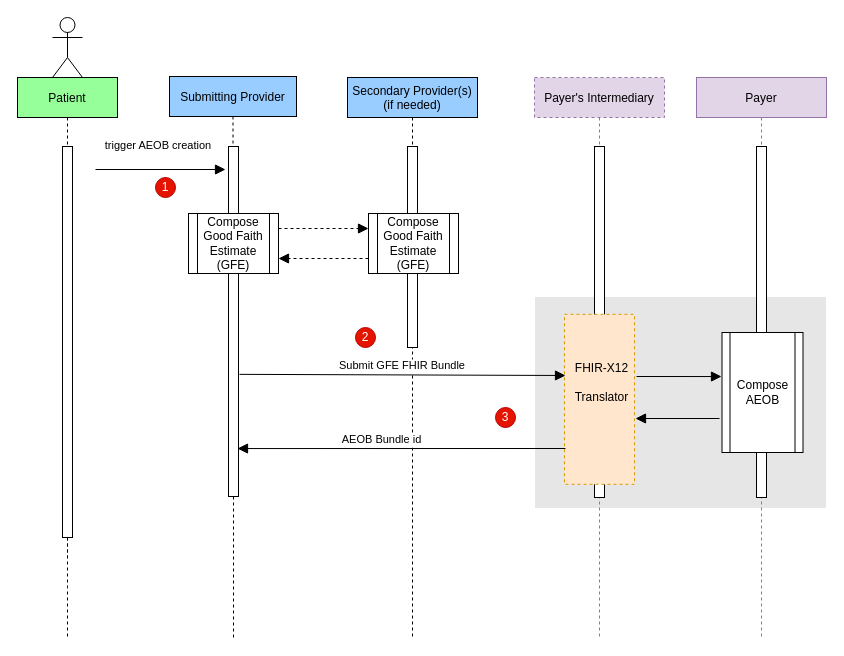
Earlier version of the draw.io diagram input/images/SubmitAEOB.drawio (HL7/davinci-pct). Source tidied: cells renumbered, new cells numbered last; positions are measured from the earlier drawing's top-left corner, leaving out a move shared by most shapes. Both pictures are drawn from the tidied source at 100%, with x=0, y=0 at pixel (17, 17).
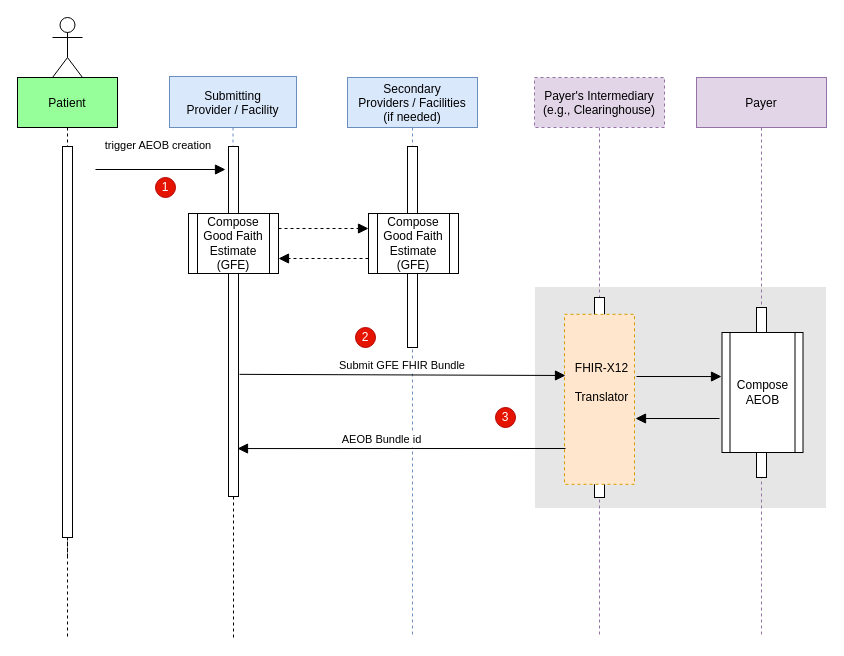
After the change.

The edit, as a diff of the source:
```diff
@@
-    <mxCell id="2" value="Patient" style="shape=umlLifeline;perimeter=lifelinePerimeter;rounded=0;shadow=0;strokeWidth=1;fillColor=#96FF9A;" parent="1" vertex="1">
+    <mxCell id="2" value="Patient" style="shape=umlLifeline;perimeter=lifelinePerimeter;rounded=0;shadow=0;strokeWidth=1;fillColor=#96FF9A;size=50;" parent="1" vertex="1">
       <mxGeometry y="60" width="100" height="480" as="geometry" />
     </mxCell>
@@
-    <mxCell id="4" value="Submitting Provider" style="shape=umlLifeline;perimeter=lifelinePerimeter;rounded=0;shadow=0;strokeWidth=1;fillColor=#99CCFF;" parent="1" vertex="1">
+    <mxCell id="4" value="Submitting&#10;Provider / Facility" style="shape=umlLifeline;perimeter=lifelinePerimeter;rounded=0;shadow=0;strokeWidth=1;fillColor=#dae8fc;size=51;strokeColor=#6c8ebf;" parent="1" vertex="1">
       <mxGeometry x="152" y="59" width="127" height="420" as="geometry" />
     </mxCell>
@@
-    <mxCell id="6" value="Secondary Provider(s) &#10;(if needed)" style="shape=umlLifeline;perimeter=lifelinePerimeter;rounded=0;shadow=0;strokeWidth=1;fillColor=#99CCFF;" parent="1" vertex="1">
+    <mxCell id="6" value="Secondary&#10;Providers / Facilities&#10;(if needed)" style="shape=umlLifeline;perimeter=lifelinePerimeter;rounded=0;shadow=0;strokeWidth=1;fillColor=#dae8fc;size=50;strokeColor=#6c8ebf;" parent="1" vertex="1">
       <mxGeometry x="330" y="60" width="130" height="560" as="geometry" />
     </mxCell>
@@
     <mxCell id="18" style="perimeter=orthogonalPerimeter;rounded=0;shadow=0;strokeWidth=1;fillColor=#E6E6E6;strokeColor=#E6E6E6;" parent="1" vertex="1">
-      <mxGeometry x="518" y="280" width="290" height="210" as="geometry" />
+      <mxGeometry x="518" y="270" width="290" height="220" as="geometry" />
     </mxCell>
-    <mxCell id="19" value="Payer's Intermediary" style="shape=umlLifeline;perimeter=lifelinePerimeter;rounded=0;shadow=0;strokeWidth=1;fillColor=#e1d5e7;strokeColor=#9673a6;dashed=1;" parent="1" vertex="1">
+    <mxCell id="19" value="Payer's Intermediary&#10;(e.g., Clearinghouse)" style="shape=umlLifeline;perimeter=lifelinePerimeter;rounded=0;shadow=0;strokeWidth=1;fillColor=#e1d5e7;strokeColor=#9673a6;dashed=1;size=50;" parent="1" vertex="1">
       <mxGeometry x="517" y="60" width="130" height="560" as="geometry" />
     </mxCell>
     <mxCell id="20" style="perimeter=orthogonalPerimeter;rounded=0;shadow=0;strokeWidth=1;" parent="19" vertex="1">
-      <mxGeometry x="60" y="69" width="10" height="351" as="geometry" />
+      <mxGeometry x="60" y="220" width="10" height="200" as="geometry" />
     </mxCell>
-    <mxCell id="21" value="Payer" style="shape=umlLifeline;perimeter=lifelinePerimeter;rounded=0;shadow=0;strokeWidth=1;fillColor=#e1d5e7;strokeColor=#9673a6;" parent="1" vertex="1">
+    <mxCell id="21" value="Payer" style="shape=umlLifeline;perimeter=lifelinePerimeter;rounded=0;shadow=0;strokeWidth=1;fillColor=#e1d5e7;strokeColor=#9673a6;size=50;" parent="1" vertex="1">
       <mxGeometry x="679" y="60" width="130" height="560" as="geometry" />
     </mxCell>
     <mxCell id="22" style="perimeter=orthogonalPerimeter;rounded=0;shadow=0;strokeWidth=1;" parent="21" vertex="1">
-      <mxGeometry x="60" y="69" width="10" height="351" as="geometry" />
+      <mxGeometry x="60" y="230" width="10" height="170" as="geometry" />
     </mxCell>
```
